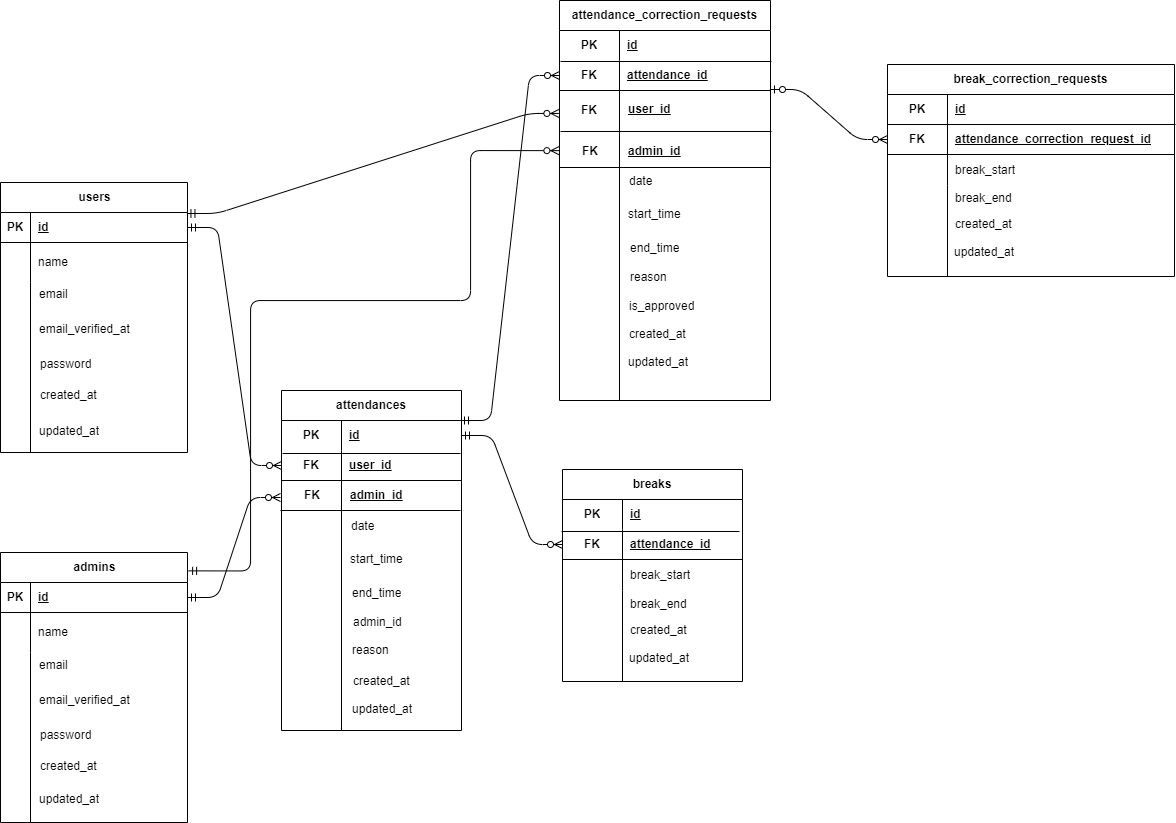
This is attendance_management.drawio.png from hisako-ito/attendance_management_app, a draw.io export, as it was before one commit. Source tidied: cells renumbered, new cells last; positions are measured from the earlier drawing's top-left corner, leaving out a move shared by most shapes.
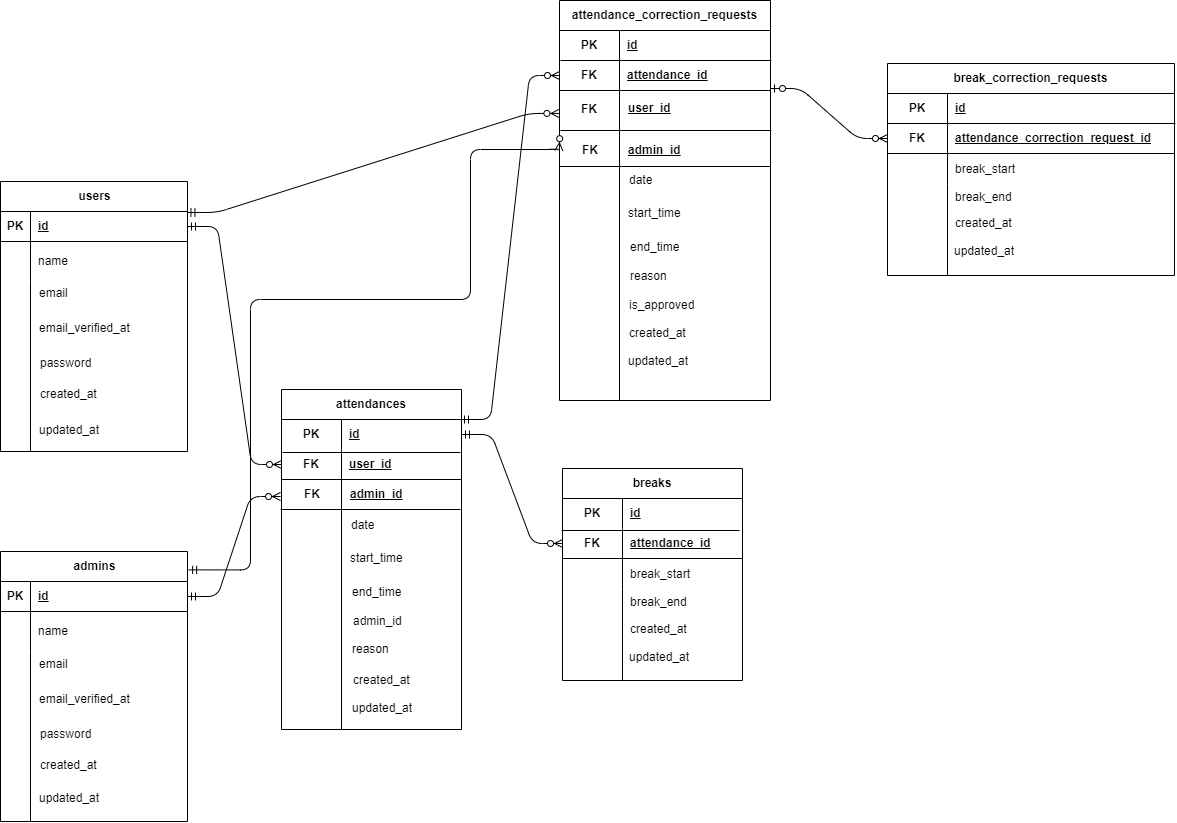
After the commit.

Commit message:
envファイルとER図修正

Diff of the diagram source:
```diff
@@ -1,4 +1,4 @@
-<mxGraphModel>
+<mxGraphModel background="#ffffff">
   <root>
     <mxCell id="0" />
     <mxCell id="1" parent="0" />
@@ -232,7 +232,7 @@
       <mxGeometry relative="1" as="geometry" />
     </mxCell>
     <mxCell id="75" value="attendance_correction_requests" style="shape=table;startSize=30;rowLines=0;fontStyle=1;align=center;html=1;whiteSpace=wrap;" parent="1" vertex="1">
-      <mxGeometry x="559" width="211" height="400" as="geometry" />
+      <mxGeometry x="559" y="1" width="211" height="400" as="geometry" />
     </mxCell>
     <mxCell id="76" style="shape=tableRow;horizontal=0;startSize=0;swimlaneHead=0;swimlaneBody=0;fillColor=none;top=0;left=0;right=0;bottom=0;html=1;" parent="75" vertex="1">
       <mxGeometry y="30" width="211" height="30" as="geometry" />
```
